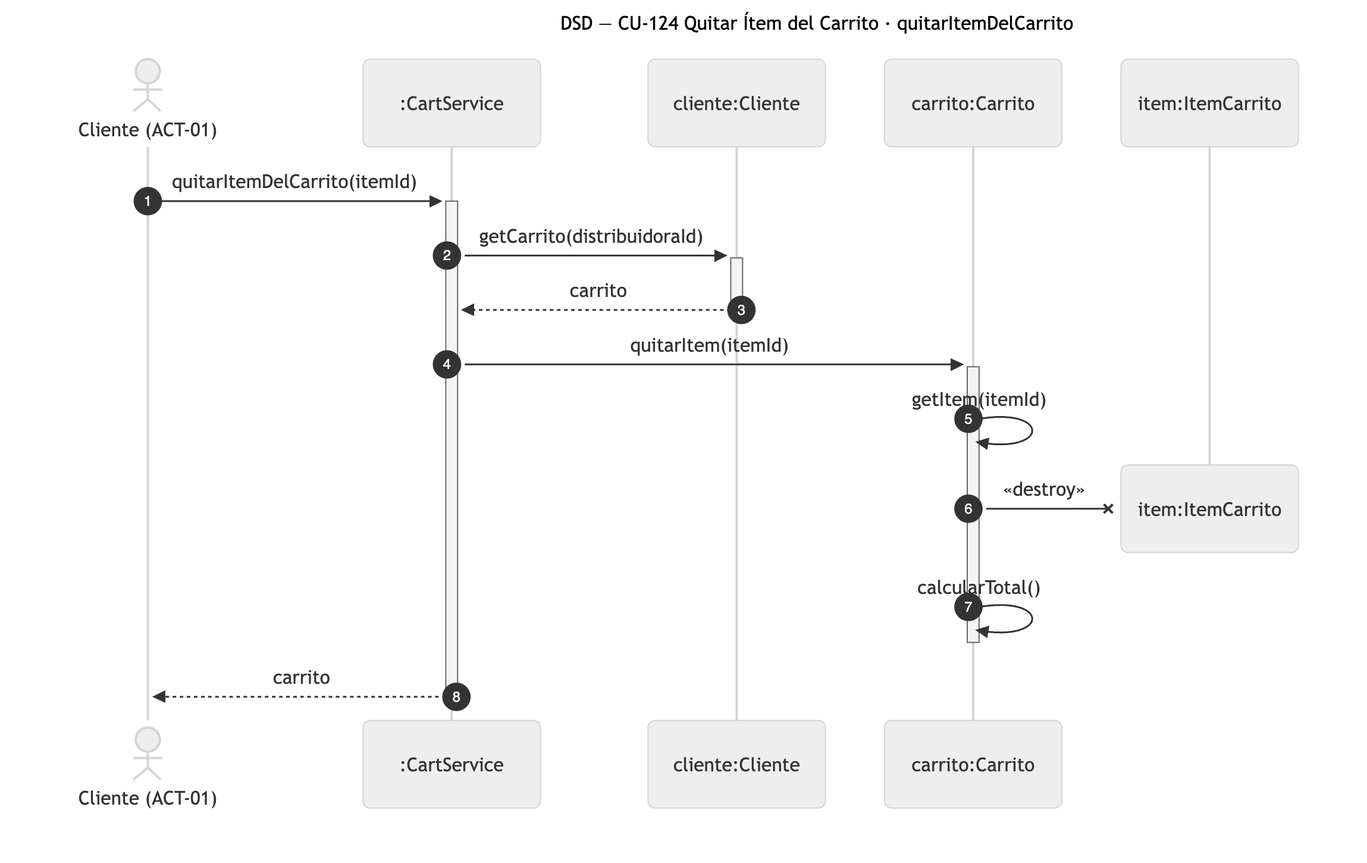
Above: diagramas/png/DSD_CU-124_quitarItemDelCarrito.png in Nahuelito-Dev/splg-docs (Mermaid), before the change. Its source is kept beside it as diagramas/DSD_CU-124_quitarItemDelCarrito.mmd.
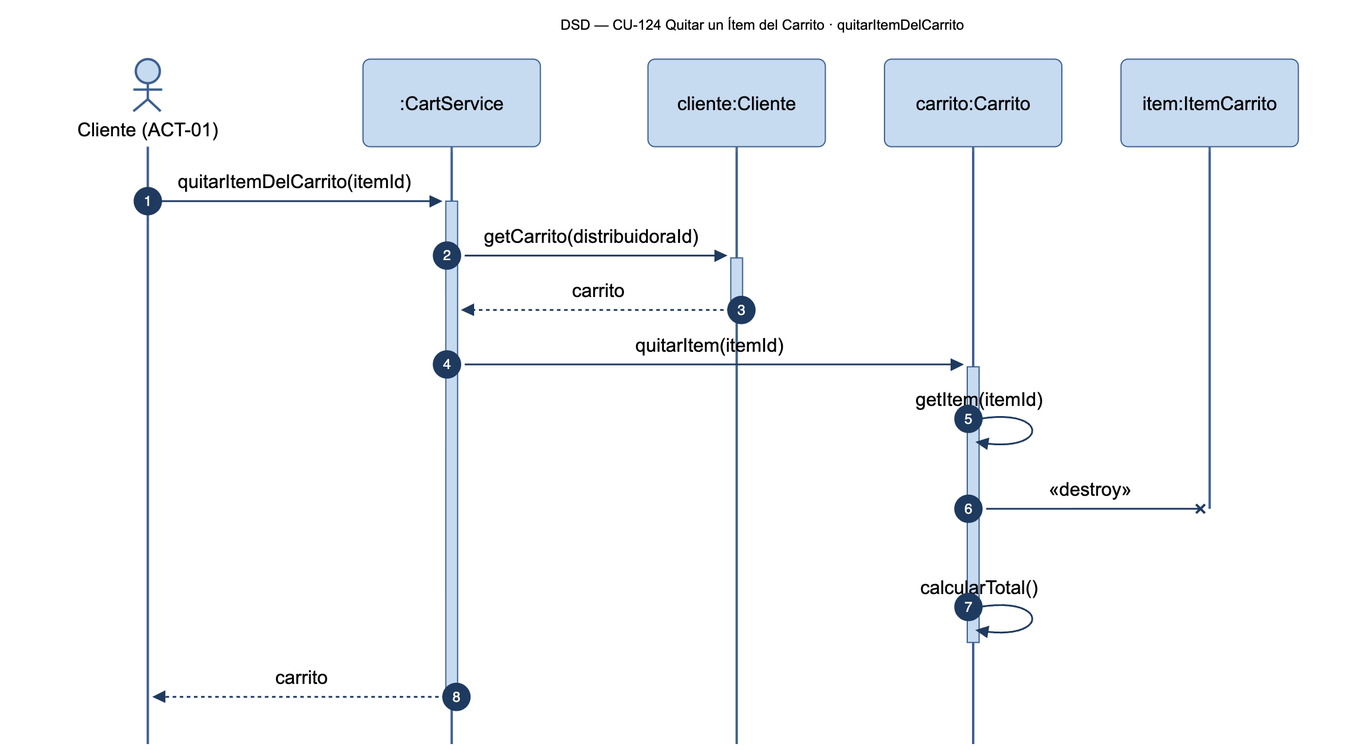
Later version of the same file.

Change to the diagram source:
```diff
@@ -1,5 +1,5 @@
 sequenceDiagram
-    title DSD — CU-124 Quitar Ítem del Carrito · quitarItemDelCarrito
+    title DSD — CU-124 Quitar un Ítem del Carrito · quitarItemDelCarrito
     autonumber
     actor CLI as Cliente (ACT-01)
     participant SRV as :CartService
```
